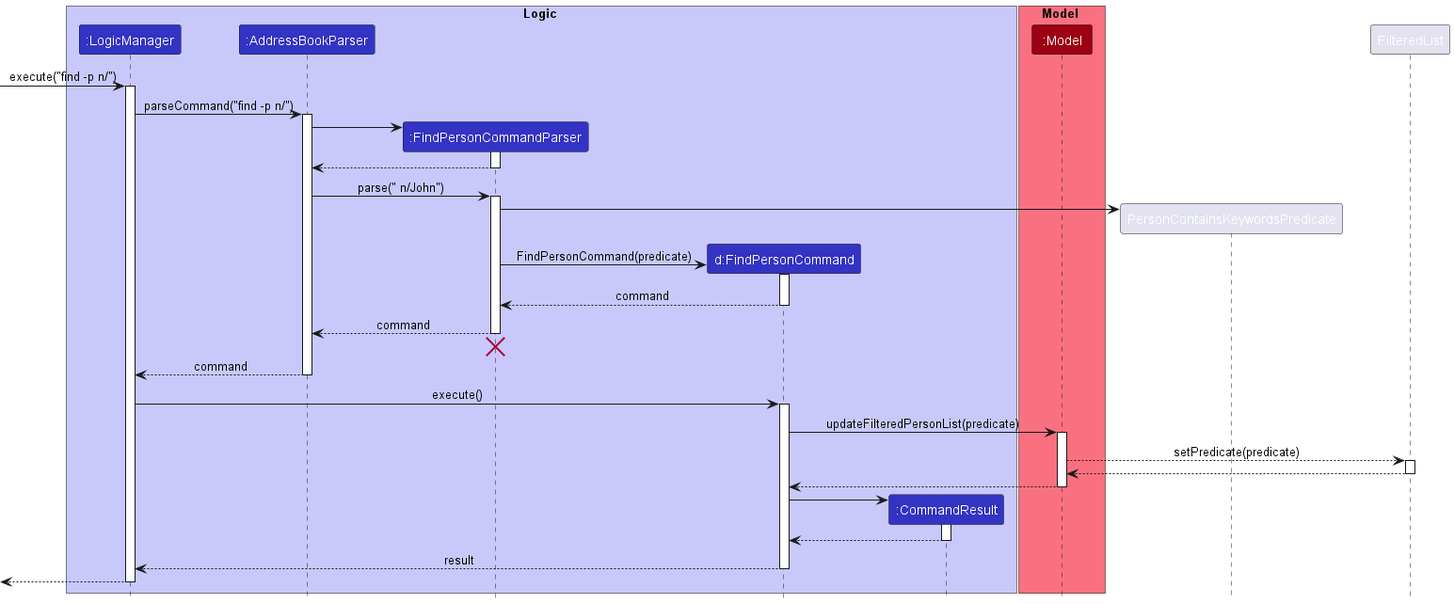
nus-cs2103-AY2223S1/tp keeps this PlantUML diagram as docs/images/FindPersonSequence.png. Above is the earlier version. The source it was exported from:
```plantuml
@startuml
!include style.puml

box Logic LOGIC_COLOR_T1
participant ":LogicManager" as LogicManager LOGIC_COLOR
participant ":AddressBookParser" as AddressBookParser LOGIC_COLOR
participant ":FindPersonCommandParser" as FindPersonCommandParser LOGIC_COLOR
participant "d:FindPersonCommand" as FindPersonCommand LOGIC_COLOR
participant ":CommandResult" as CommandResult LOGIC_COLOR
end box

box Model MODEL_COLOR_T1
participant ":Model" as Model MODEL_COLOR
end box

[-> LogicManager : execute("find -p n/")
activate LogicManager

LogicManager -> AddressBookParser : parseCommand("find -p n/")
activate AddressBookParser

create FindPersonCommandParser
AddressBookParser -> FindPersonCommandParser
activate FindPersonCommandParser

FindPersonCommandParser --> AddressBookParser
deactivate FindPersonCommandParser

AddressBookParser -> FindPersonCommandParser : parse(" n/John")
activate FindPersonCommandParser

create PersonContainsKeywordsPredicate
FindPersonCommandParser -> PersonContainsKeywordsPredicate

create FindPersonCommand
FindPersonCommandParser -> FindPersonCommand : FindPersonCommand(predicate)
activate FindPersonCommand

FindPersonCommand --> FindPersonCommandParser : command
deactivate FindPersonCommand

FindPersonCommandParser --> AddressBookParser : command
deactivate FindPersonCommandParser
FindPersonCommandParser -[hidden]-> AddressBookParser
destroy FindPersonCommandParser

AddressBookParser --> LogicManager : command
deactivate AddressBookParser

LogicManager -> FindPersonCommand : execute()
activate FindPersonCommand

FindPersonCommand -> Model : updateFilteredPersonList(predicate)
activate Model

Model --> FilteredList : setPredicate(predicate)
activate FilteredList

FilteredList --> Model
deactivate FilteredList

Model --> FindPersonCommand
deactivate Model

create CommandResult
FindPersonCommand -> CommandResult
activate CommandResult

CommandResult --> FindPersonCommand
deactivate CommandResult

FindPersonCommand --> LogicManager : result
deactivate FindPersonCommand

[<--LogicManager
deactivate LogicManager
@enduml
```
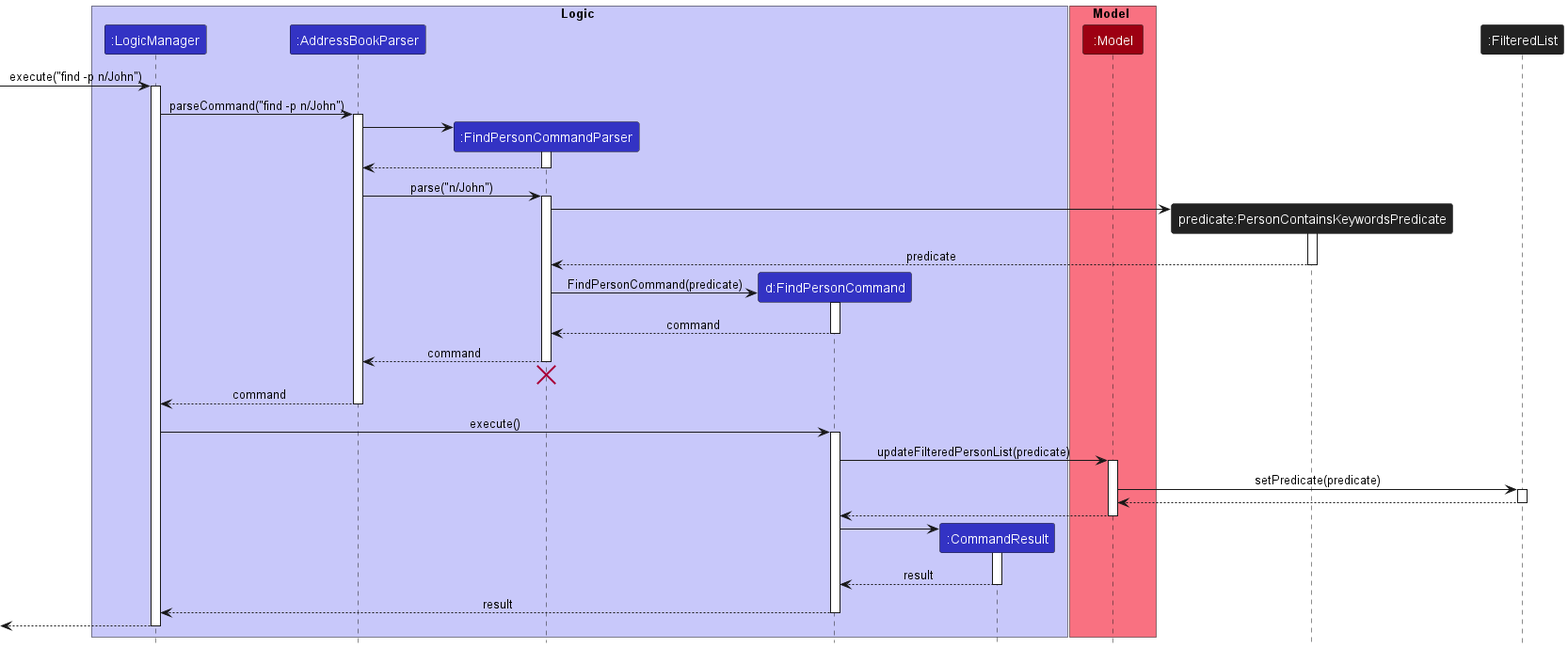
Later version of the same file.

What changed in the source:
```diff
@@ -13,10 +13,13 @@
 participant ":Model" as Model MODEL_COLOR
 end box
 
-[-> LogicManager : execute("find -p n/")
+participant "predicate:PersonContainsKeywordsPredicate" as PersonContainsKeywordsPredicate #222222
+participant ":FilteredList" as FilteredList #222222
+
+[-> LogicManager : execute("find -p n/John")
 activate LogicManager
 
-LogicManager -> AddressBookParser : parseCommand("find -p n/")
+LogicManager -> AddressBookParser : parseCommand("find -p n/John")
 activate AddressBookParser
 
 create FindPersonCommandParser
@@ -26,11 +29,15 @@
 FindPersonCommandParser --> AddressBookParser
 deactivate FindPersonCommandParser
 
-AddressBookParser -> FindPersonCommandParser : parse(" n/John")
+AddressBookParser -> FindPersonCommandParser : parse("n/John")
 activate FindPersonCommandParser
 
 create PersonContainsKeywordsPredicate
 FindPersonCommandParser -> PersonContainsKeywordsPredicate
+activate PersonContainsKeywordsPredicate
+
+PersonContainsKeywordsPredicate --> FindPersonCommandParser : predicate
+deactivate PersonContainsKeywordsPredicate
 
 create FindPersonCommand
 FindPersonCommandParser -> FindPersonCommand : FindPersonCommand(predicate)
@@ -53,7 +60,7 @@
 FindPersonCommand -> Model : updateFilteredPersonList(predicate)
 activate Model
 
-Model --> FilteredList : setPredicate(predicate)
+Model -> FilteredList : setPredicate(predicate)
 activate FilteredList
 
 FilteredList --> Model
@@ -66,7 +73,7 @@
 FindPersonCommand -> CommandResult
 activate CommandResult
 
-CommandResult --> FindPersonCommand
+CommandResult --> FindPersonCommand : result
 deactivate CommandResult
 
 FindPersonCommand --> LogicManager : result
```
